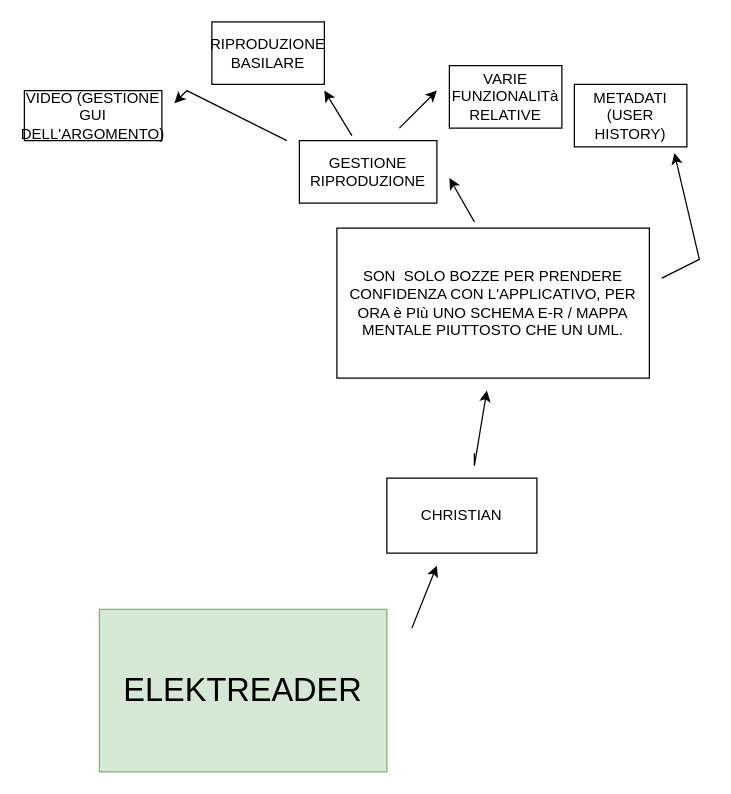
The draw.io diagram UMLDiagram.drawio in pallax03/OOP23-ElektReader, before the edit. Source tidied: cells renumbered, new cells numbered last; positions are measured from the earlier drawing's top-left corner, leaving out a move shared by most shapes. Both pictures are drawn from the tidied source at 125%, with x=0, y=0 at pixel (24, 21).
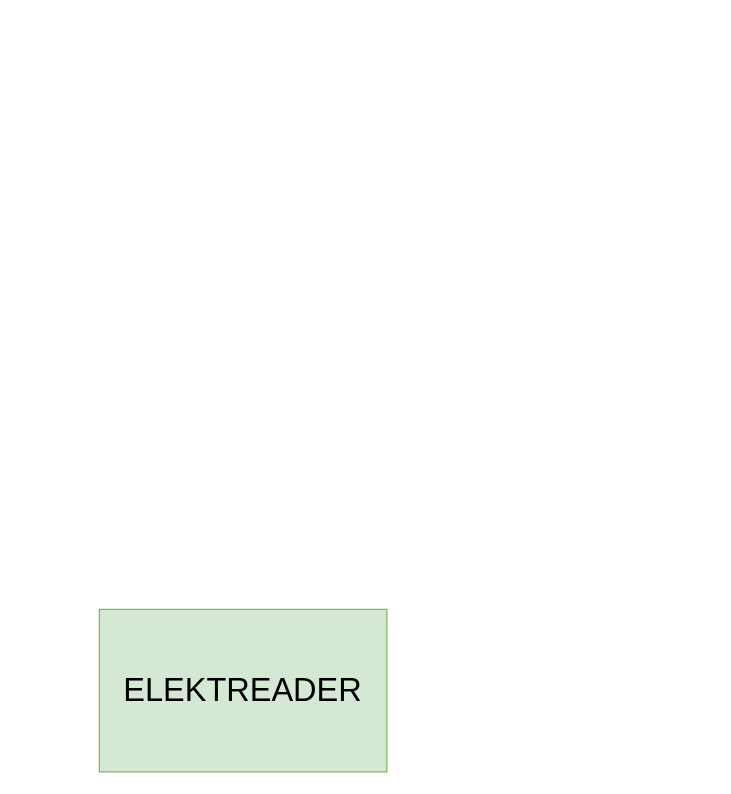
The same page after the edit.

Change to the diagram source:
```diff
@@
-    <mxCell id="3" style="endArrow=classic;html=1;rounded=0;" parent="1" edge="1">
-      <mxGeometry relative="1" as="geometry">
-        <mxPoint x="310" y="485" as="sourcePoint" />
-        <mxPoint x="330" y="435" as="targetPoint" />
-      </mxGeometry>
-    </mxCell>
-    <mxCell id="4" value="CHRISTIAN" style="rounded=0;whiteSpace=wrap;html=1;" parent="1" vertex="1">
-      <mxGeometry x="290" y="365" width="120" height="60" as="geometry" />
-    </mxCell>
-    <mxCell id="5" style="endArrow=classic;html=1;rounded=0;" parent="1" edge="1">
-      <mxGeometry relative="1" as="geometry">
-        <mxPoint x="360" y="345" as="sourcePoint" />
-        <mxPoint x="370" y="295" as="targetPoint" />
-        <Array as="points">
-          <mxPoint x="360" y="355" />
-        </Array>
-      </mxGeometry>
-    </mxCell>
-    <mxCell id="6" value="SON&amp;nbsp; SOLO BOZZE PER PRENDERE CONFIDENZA CON L'APPLICATIVO, PER ORA è PIù UNO SCHEMA E-R / MAPPA MENTALE PIUTTOSTO CHE UN UML." style="rounded=0;whiteSpace=wrap;html=1;" parent="1" vertex="1">
-      <mxGeometry x="250" y="165" width="250" height="120" as="geometry" />
-    </mxCell>
-    <mxCell id="7" value="GESTIONE RIPRODUZIONE" style="rounded=0;whiteSpace=wrap;html=1;" parent="1" vertex="1">
-      <mxGeometry x="220" y="95" width="110" height="50" as="geometry" />
-    </mxCell>
-    <mxCell id="8" style="endArrow=classic;html=1;rounded=0;" parent="1" edge="1">
-      <mxGeometry relative="1" as="geometry">
-        <mxPoint x="210" y="95" as="sourcePoint" />
-        <mxPoint x="120" y="65" as="targetPoint" />
-        <Array as="points">
-          <mxPoint x="130" y="55" />
-        </Array>
-      </mxGeometry>
-    </mxCell>
-    <mxCell id="9" value="VIDEO (GESTIONE GUI DELL'ARGOMENTO)" style="rounded=0;whiteSpace=wrap;html=1;" parent="1" vertex="1">
-      <mxGeometry y="55" width="110" height="40" as="geometry" />
-    </mxCell>
-    <mxCell id="10" value="VARIE FUNZIONALITà RELATIVE" style="rounded=0;whiteSpace=wrap;html=1;" parent="1" vertex="1">
-      <mxGeometry x="340" y="35" width="90" height="50" as="geometry" />
-    </mxCell>
-    <mxCell id="11" value="METADATI (USER HISTORY)" style="rounded=0;whiteSpace=wrap;html=1;" parent="1" vertex="1">
-      <mxGeometry x="440" y="50" width="90" height="50" as="geometry" />
-    </mxCell>
-    <mxCell id="12" style="endArrow=classic;html=1;rounded=0;" parent="1" edge="1">
-      <mxGeometry relative="1" as="geometry">
-        <mxPoint x="360" y="160" as="sourcePoint" />
-        <mxPoint x="340" y="125" as="targetPoint" />
-      </mxGeometry>
-    </mxCell>
-    <mxCell id="13" style="endArrow=classic;html=1;rounded=0;" parent="1" edge="1">
-      <mxGeometry relative="1" as="geometry">
-        <mxPoint x="300" y="85" as="sourcePoint" />
-        <mxPoint x="330" y="55" as="targetPoint" />
-      </mxGeometry>
-    </mxCell>
-    <mxCell id="14" style="endArrow=classic;html=1;rounded=0;" parent="1" edge="1">
-      <mxGeometry relative="1" as="geometry">
-        <mxPoint x="510" y="205" as="sourcePoint" />
-        <mxPoint x="520" y="105" as="targetPoint" />
-        <Array as="points">
-          <mxPoint x="540" y="190" />
-        </Array>
-      </mxGeometry>
-    </mxCell>
-    <mxCell id="15" value="RIPRODUZIONE BASILARE" style="rounded=0;whiteSpace=wrap;html=1;" parent="1" vertex="1">
-      <mxGeometry x="150" width="90" height="50" as="geometry" />
-    </mxCell>
-    <mxCell id="16" style="endArrow=classic;html=1;rounded=0;exitX=0.382;exitY=-0.08;exitDx=0;exitDy=0;exitPerimeter=0;" parent="1" edge="1" source="7">
-      <mxGeometry relative="1" as="geometry">
-        <mxPoint x="240" y="55" as="targetPoint" />
-      </mxGeometry>
-    </mxCell>
```
